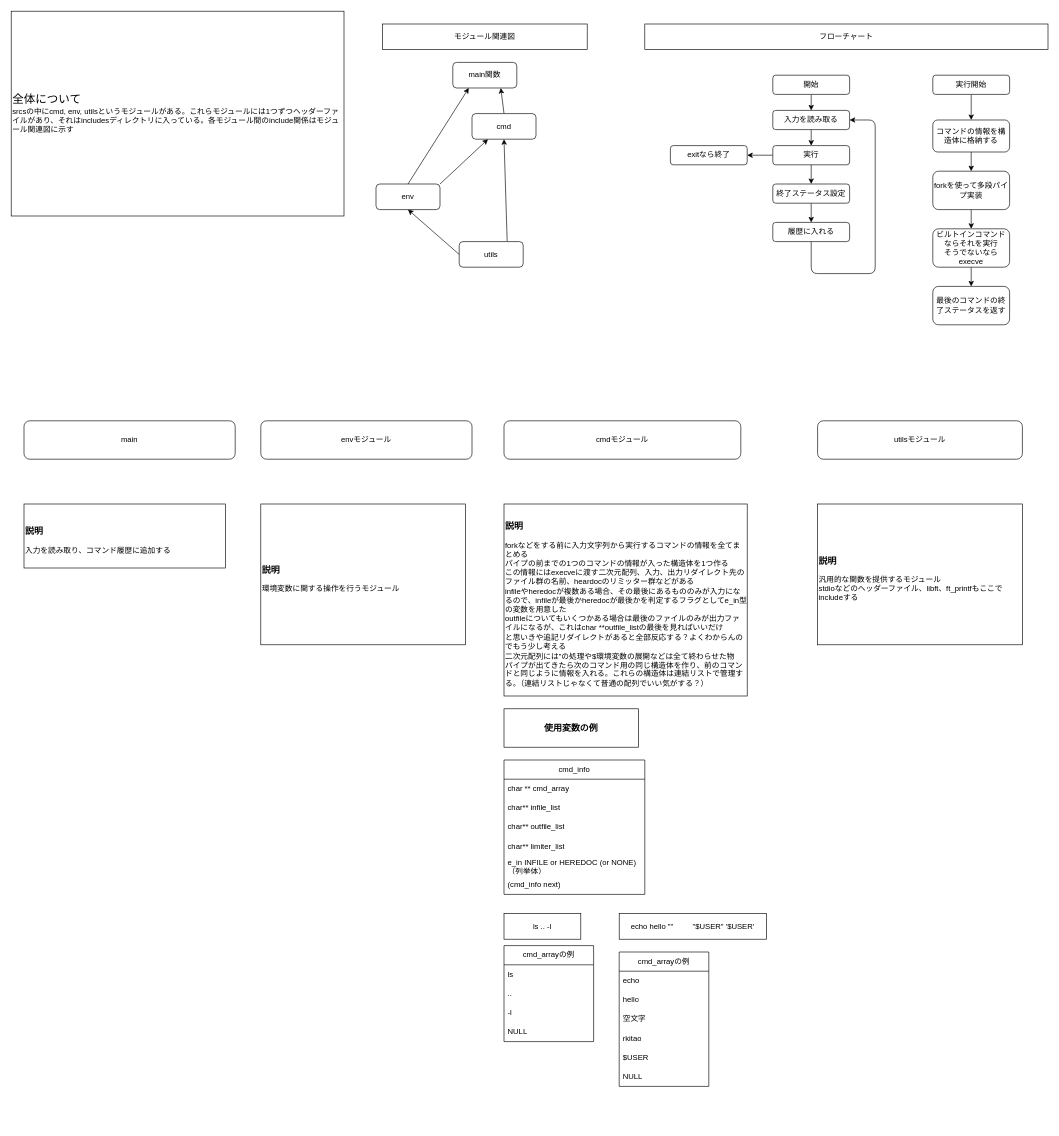
Before: design.drawio in rk0730/minishell, a draw.io diagram. Source tidied: cells renumbered, new cells numbered last; positions are measured from the earlier drawing's top-left corner, leaving out a move shared by most shapes. Both pictures are drawn from the tidied source at 64%, with x=0, y=0 at pixel (11, 11).
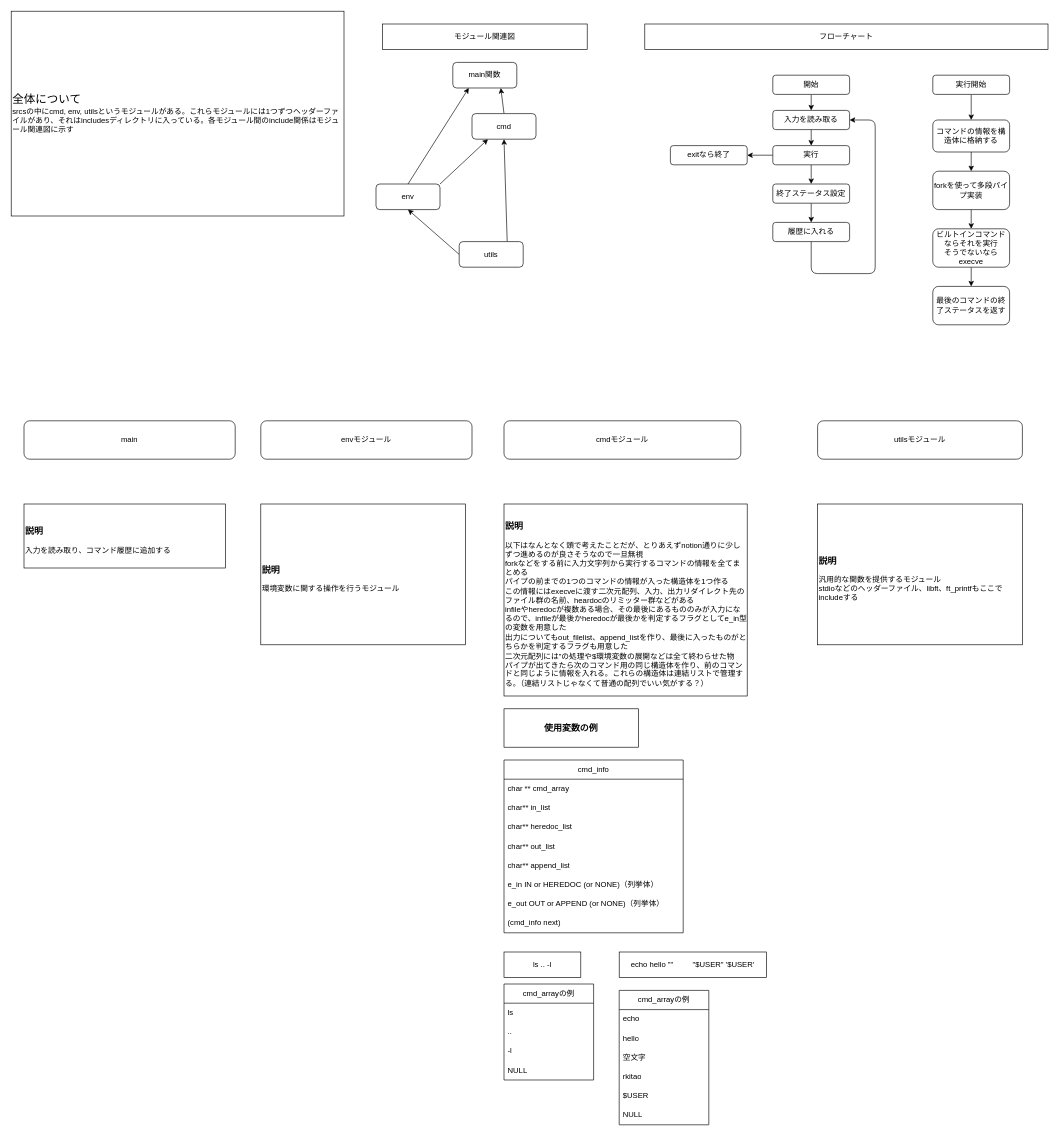
The same diagram, later.

Diff of the diagram source:
```diff
@@
-    <mxCell id="5" value="&lt;h3&gt;説明&lt;/h3&gt;forkなどをする前に入力文字列から実行するコマンドの情報を全てまとめる&lt;br&gt;パイプの前までの1つのコマンドの情報が入った構造体を1つ作る&lt;br&gt;この情報にはexecveに渡す二次元配列、入力、出力リダイレクト先のファイル群の名前、heardocのリミッター群などがある&lt;br&gt;infileやheredocが複数ある場合、その最後にあるもののみが入力になるので、infileが最後かheredocが最後かを判定するフラグとしてe_in型の変数を用意した&lt;br&gt;outfileについてもいくつかある場合は最後のファイルのみが出力ファイルになるが、これはchar **outfile_listの最後を見ればいいだけ&lt;br&gt;と思いきや追記リダイレクトがあると全部反応する？よくわからんのでもう少し考える&lt;br&gt;二次元配列には”の処理や$環境変数の展開などは全て終わらせた物&lt;br&gt;パイプが出てきたら次のコマンド用の同じ構造体を作り、前のコマンドと同じように情報を入れる。これらの構造体は連結リストで管理する。（連結リストじゃなくて普通の配列でいい気がする？）" style="rounded=0;whiteSpace=wrap;html=1;align=left;" parent="1" vertex="1">
+    <mxCell id="5" value="&lt;h3&gt;説明&lt;/h3&gt;以下はなんとなく頭で考えたことだが、とりあえずnotion通りに少しずつ進めるのが良さそうなので一旦無視&lt;br&gt;forkなどをする前に入力文字列から実行するコマンドの情報を全てまとめる&lt;br&gt;パイプの前までの1つのコマンドの情報が入った構造体を1つ作る&lt;br&gt;この情報にはexecveに渡す二次元配列、入力、出力リダイレクト先のファイル群の名前、heardocのリミッター群などがある&lt;br&gt;infileやheredocが複数ある場合、その最後にあるもののみが入力になるので、infileが最後かheredocが最後かを判定するフラグとしてe_in型の変数を用意した&lt;br&gt;出力についてもout_filelist、append_listを作り、最後に入ったものがとちらかを判定するフラグも用意した&lt;br&gt;二次元配列には”の処理や$環境変数の展開などは全て終わらせた物&lt;br&gt;パイプが出てきたら次のコマンド用の同じ構造体を作り、前のコマンドと同じように情報を入れる。これらの構造体は連結リストで管理する。（連結リストじゃなくて普通の配列でいい気がする？）" style="rounded=0;whiteSpace=wrap;html=1;align=left;" parent="1" vertex="1">
       <mxGeometry x="770" y="770" width="380" height="300" as="geometry" />
     </mxCell>
     <mxCell id="6" value="cmd_info" style="swimlane;fontStyle=0;horizontal=1;startSize=30;whiteSpace=wrap;html=1;" parent="1" vertex="1">
-      <mxGeometry x="770" y="1170" width="220" height="210" as="geometry" />
+      <mxGeometry x="770" y="1170" width="280" height="270" as="geometry" />
     </mxCell>
     <mxCell id="7" value="char ** cmd_array" style="text;strokeColor=none;fillColor=none;align=left;verticalAlign=middle;spacingLeft=4;spacingRight=4;overflow=hidden;whiteSpace=wrap;html=1;" parent="6" vertex="1">
-      <mxGeometry y="30" width="220" height="30" as="geometry" />
+      <mxGeometry y="30" width="280" height="30" as="geometry" />
     </mxCell>
-    <mxCell id="8" value="char** infile_list" style="text;strokeColor=none;fillColor=none;align=left;verticalAlign=middle;spacingLeft=4;spacingRight=4;overflow=hidden;whiteSpace=wrap;html=1;" parent="6" vertex="1">
-      <mxGeometry y="60" width="220" height="30" as="geometry" />
+    <mxCell id="8" value="char** in_list" style="text;strokeColor=none;fillColor=none;align=left;verticalAlign=middle;spacingLeft=4;spacingRight=4;overflow=hidden;whiteSpace=wrap;html=1;" parent="6" vertex="1">
+      <mxGeometry y="60" width="280" height="30" as="geometry" />
     </mxCell>
+    <mxCell id="10" value="char** heredoc_list" style="text;strokeColor=none;fillColor=none;align=left;verticalAlign=middle;spacingLeft=4;spacingRight=4;overflow=hidden;whiteSpace=wrap;html=1;" parent="6" vertex="1">
+      <mxGeometry y="90" width="280" height="30" as="geometry" />
+    </mxCell>
-    <mxCell id="9" value="char** outfile_list" style="text;strokeColor=none;fillColor=none;align=left;verticalAlign=middle;spacingLeft=4;spacingRight=4;overflow=hidden;whiteSpace=wrap;html=1;" parent="6" vertex="1">
-      <mxGeometry y="90" width="220" height="30" as="geometry" />
+    <mxCell id="9" value="char** out_list" style="text;strokeColor=none;fillColor=none;align=left;verticalAlign=middle;spacingLeft=4;spacingRight=4;overflow=hidden;whiteSpace=wrap;html=1;" parent="6" vertex="1">
+      <mxGeometry y="120" width="280" height="30" as="geometry" />
     </mxCell>
-    <mxCell id="10" value="char** limiter_list" style="text;strokeColor=none;fillColor=none;align=left;verticalAlign=middle;spacingLeft=4;spacingRight=4;overflow=hidden;whiteSpace=wrap;html=1;" parent="6" vertex="1">
-      <mxGeometry y="120" width="220" height="30" as="geometry" />
-    </mxCell>
+    <mxCell id="65" value="char** append_list" style="text;strokeColor=none;fillColor=none;align=left;verticalAlign=middle;spacingLeft=4;spacingRight=4;overflow=hidden;whiteSpace=wrap;html=1;" parent="6" vertex="1">
+      <mxGeometry y="150" width="280" height="30" as="geometry" />
+    </mxCell>
-    <mxCell id="11" value="e_in INFILE or HEREDOC (or NONE)（列挙体）&amp;nbsp;" style="text;strokeColor=none;fillColor=none;align=left;verticalAlign=middle;spacingLeft=4;spacingRight=4;overflow=hidden;whiteSpace=wrap;html=1;" parent="6" vertex="1">
-      <mxGeometry y="150" width="220" height="30" as="geometry" />
+    <mxCell id="11" value="e_in IN or HEREDOC (or NONE)（列挙体）&amp;nbsp;" style="text;strokeColor=none;fillColor=none;align=left;verticalAlign=middle;spacingLeft=4;spacingRight=4;overflow=hidden;whiteSpace=wrap;html=1;" parent="6" vertex="1">
+      <mxGeometry y="180" width="280" height="30" as="geometry" />
     </mxCell>
+    <mxCell id="66" value="e_out OUT or APPEND (or NONE)（列挙体）&amp;nbsp;" style="text;strokeColor=none;fillColor=none;align=left;verticalAlign=middle;spacingLeft=4;spacingRight=4;overflow=hidden;whiteSpace=wrap;html=1;" parent="6" vertex="1">
+      <mxGeometry y="210" width="280" height="30" as="geometry" />
+    </mxCell>
     <mxCell id="12" value="(cmd_info next)" style="text;strokeColor=none;fillColor=none;align=left;verticalAlign=middle;spacingLeft=4;spacingRight=4;overflow=hidden;whiteSpace=wrap;html=1;" parent="6" vertex="1">
-      <mxGeometry y="180" width="220" height="30" as="geometry" />
+      <mxGeometry y="240" width="280" height="30" as="geometry" />
     </mxCell>
     <mxCell id="13" value="cmd_arrayの例" style="swimlane;fontStyle=0;horizontal=1;startSize=30;whiteSpace=wrap;html=1;" parent="1" vertex="1">
-      <mxGeometry x="770" y="1460" width="140" height="150" as="geometry" />
+      <mxGeometry x="770" y="1520" width="140" height="150" as="geometry" />
     </mxCell>
@@
     <mxCell id="18" value="cmd_arrayの例" style="swimlane;fontStyle=0;horizontal=1;startSize=30;whiteSpace=wrap;html=1;" parent="1" vertex="1">
-      <mxGeometry x="950" y="1470" width="140" height="210" as="geometry" />
+      <mxGeometry x="950" y="1530" width="140" height="210" as="geometry" />
     </mxCell>
@@
     <mxCell id="25" value="ls .. -l" style="rounded=0;whiteSpace=wrap;html=1;" parent="1" vertex="1">
-      <mxGeometry x="770" y="1410" width="120" height="40" as="geometry" />
+      <mxGeometry x="770" y="1470" width="120" height="40" as="geometry" />
     </mxCell>
     <mxCell id="26" value="echo hello &quot;&quot;&amp;nbsp; &amp;nbsp; &amp;nbsp; &amp;nbsp; &amp;nbsp;&quot;$USER&quot; '$USER'" style="rounded=0;whiteSpace=wrap;html=1;" parent="1" vertex="1">
-      <mxGeometry x="950" y="1410" width="230" height="40" as="geometry" />
+      <mxGeometry x="950" y="1470" width="230" height="40" as="geometry" />
     </mxCell>
```
